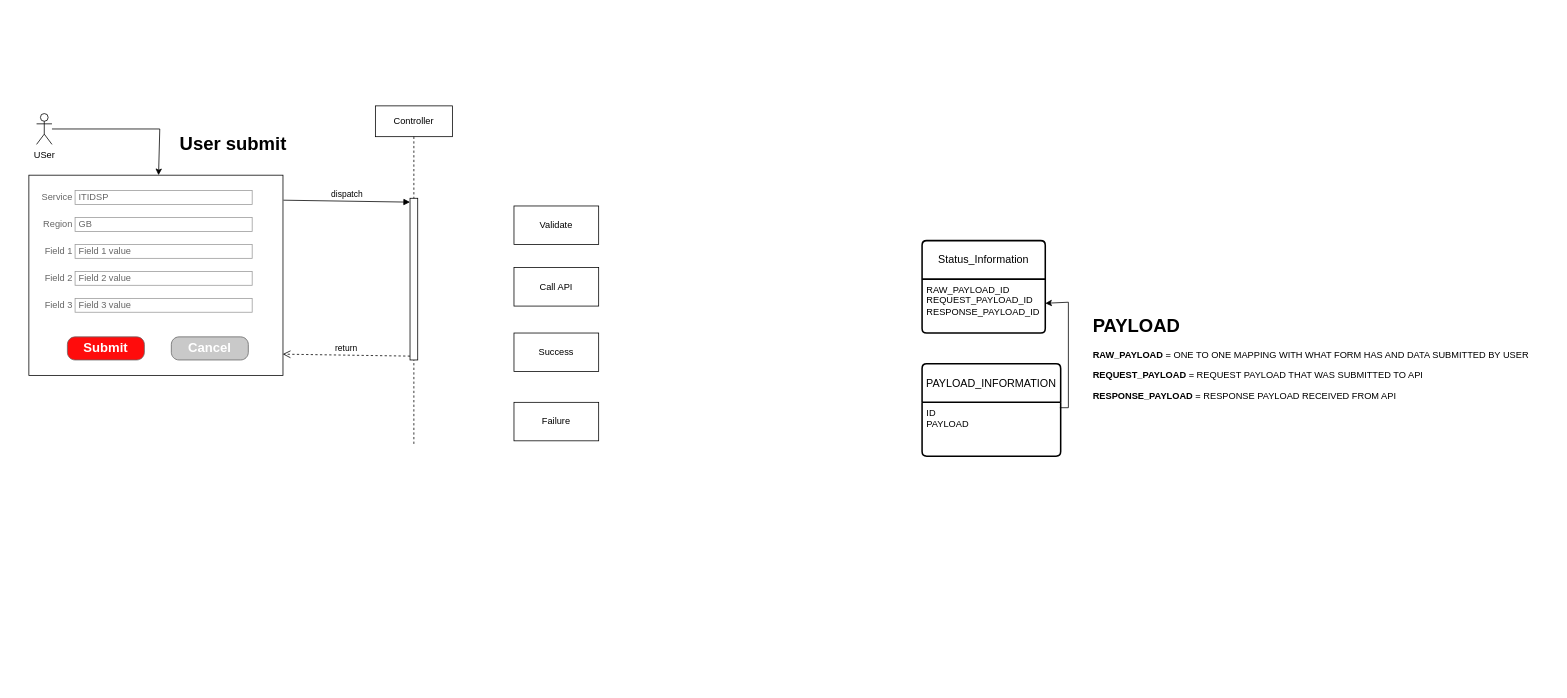
Earlier version of the draw.io diagram Untitled Diagram.drawio (pgirish007/java_code). Source tidied: cells renumbered, new cells numbered last; positions are measured from the earlier drawing's top-left corner, leaving out a move shared by most shapes. Both pictures are drawn from the tidied source at 77%, with x=0, y=0 at pixel (28, 105).
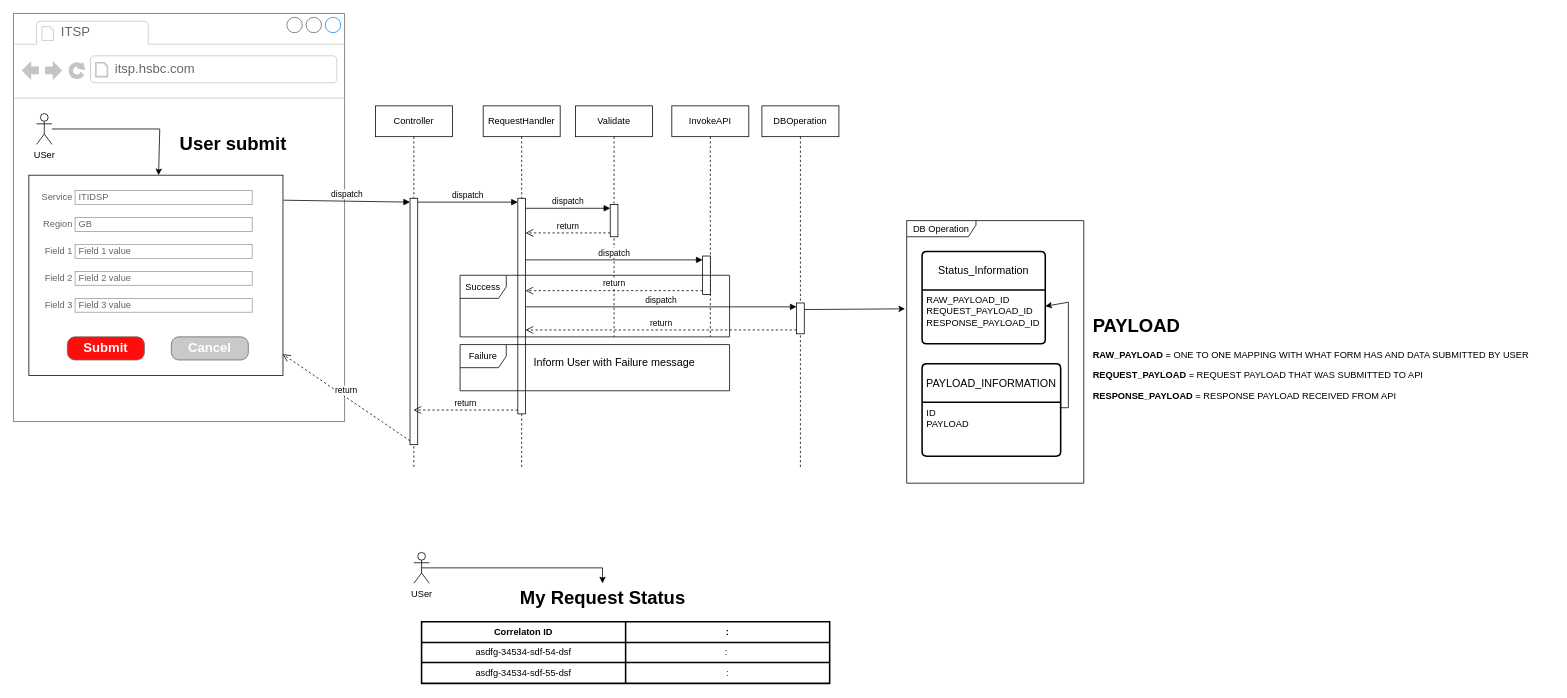
Above is the later version.

What changed in the source:
```diff
@@
+    <mxCell id="32" style="strokeWidth=1;shadow=0;dashed=0;align=center;html=1;shape=mxgraph.mockup.containers.browserWindow;rSize=0;strokeColor=#666666;strokeColor2=#008cff;strokeColor3=#c4c4c4;mainText=,;" parent="1" vertex="1">
+      <mxGeometry x="-20" y="-120" width="430" height="530" as="geometry" />
+    </mxCell>
+    <mxCell id="33" value="ITSP" style="strokeWidth=1;shadow=0;dashed=0;align=center;html=1;shape=mxgraph.mockup.containers.anchor;fontSize=17;fontColor=#666666;align=left;whiteSpace=wrap;" parent="32" vertex="1">
+      <mxGeometry x="60" y="12" width="100" height="26" as="geometry" />
+    </mxCell>
+    <mxCell id="34" value="itsp.hsbc.com" style="strokeWidth=1;shadow=0;dashed=0;align=center;html=1;shape=mxgraph.mockup.containers.anchor;rSize=0;fontSize=17;fontColor=#666666;align=left;" parent="32" vertex="1">
+      <mxGeometry x="130" y="60" width="250" height="26" as="geometry" />
+    </mxCell>
@@
     <mxCell id="17" value="Status_Information" style="swimlane;horizontal=1;startSize=50;rounded=1;fontSize=14;fontStyle=0;strokeWidth=2;shadow=0;dashed=0;align=center;arcSize=4;whiteSpace=wrap;html=1;" parent="1" vertex="1">
-      <mxGeometry x="1160" y="175" width="160" height="120" as="geometry" />
+      <mxGeometry x="1160" y="189" width="160" height="120" as="geometry" />
     </mxCell>
@@
     <mxCell id="24" value="Controller" style="shape=umlLifeline;perimeter=lifelinePerimeter;whiteSpace=wrap;html=1;outlineConnect=0;portConstraint=eastwest;newEdgeStyle={&quot;curved&quot;:0,&quot;rounded&quot;:0};" parent="1" vertex="1">
-      <mxGeometry x="450" width="100" height="440" as="geometry" />
+      <mxGeometry x="450" width="100" height="470" as="geometry" />
     </mxCell>
     <mxCell id="25" style="html=1;points=[[0,0,0,0,5],[0,1,0,0,-5],[1,0,0,0,5],[1,1,0,0,-5]];perimeter=orthogonalPerimeter;outlineConnect=0;targetShapes=umlLifeline;portConstraint=eastwest;newEdgeStyle={&quot;curved&quot;:0,&quot;rounded&quot;:0};" parent="24" vertex="1">
-      <mxGeometry x="45" y="120" width="10" height="210" as="geometry" />
+      <mxGeometry x="45" y="120" width="10" height="320" as="geometry" />
     </mxCell>
@@
-    <mxCell id="28" value="Call API" style="html=1;whiteSpace=wrap;" parent="1" vertex="1">
-      <mxGeometry x="630" y="210" width="110" height="50" as="geometry" />
-    </mxCell>
-    <mxCell id="29" value="Validate" style="html=1;whiteSpace=wrap;" parent="1" vertex="1">
-      <mxGeometry x="630" y="130" width="110" height="50" as="geometry" />
+    <mxCell id="29" value="Validate" style="shape=umlLifeline;perimeter=lifelinePerimeter;whiteSpace=wrap;html=1;newEdgeStyle={&quot;curved&quot;:0,&quot;rounded&quot;:0};" parent="1" vertex="1">
+      <mxGeometry x="710" width="100" height="300" as="geometry" />
     </mxCell>
+    <mxCell id="35" style="html=1;points=[[0,0,0,0,5],[0,1,0,0,-5],[1,0,0,0,5],[1,1,0,0,-5]];perimeter=orthogonalPerimeter;outlineConnect=0;targetShapes=umlLifeline;portConstraint=eastwest;newEdgeStyle={&quot;curved&quot;:0,&quot;rounded&quot;:0};" parent="29" vertex="1">
+      <mxGeometry x="45" y="128" width="10" height="42" as="geometry" />
+    </mxCell>
+    <mxCell id="36" value="InvokeAPI" style="shape=umlLifeline;whiteSpace=wrap;html=1;newEdgeStyle={&quot;curved&quot;:0,&quot;rounded&quot;:0};perimeter=rectanglePerimeter;targetShapes=umlLifeline;participant=label;" parent="1" vertex="1">
+      <mxGeometry x="835" width="100" height="300" as="geometry" />
+    </mxCell>
+    <mxCell id="37" style="html=1;points=[[0,0,0,0,5],[0,1,0,0,-5],[1,0,0,0,5],[1,1,0,0,-5]];perimeter=orthogonalPerimeter;outlineConnect=0;targetShapes=umlLifeline;portConstraint=eastwest;newEdgeStyle={&quot;curved&quot;:0,&quot;rounded&quot;:0};" parent="36" vertex="1">
+      <mxGeometry x="40" y="195" width="10" height="50" as="geometry" />
+    </mxCell>
+    <mxCell id="38" value="DBOperation" style="shape=umlLifeline;perimeter=lifelinePerimeter;whiteSpace=wrap;html=1;newEdgeStyle={&quot;curved&quot;:0,&quot;rounded&quot;:0};" parent="1" vertex="1">
+      <mxGeometry x="952" width="100" height="470" as="geometry" />
+    </mxCell>
+    <mxCell id="39" style="html=1;points=[[0,0,0,0,5],[0,1,0,0,-5],[1,0,0,0,5],[1,1,0,0,-5]];perimeter=orthogonalPerimeter;outlineConnect=0;targetShapes=umlLifeline;portConstraint=eastwest;newEdgeStyle={&quot;curved&quot;:0,&quot;rounded&quot;:0};" parent="38" vertex="1">
+      <mxGeometry x="45" y="256" width="10" height="40" as="geometry" />
+    </mxCell>
+    <mxCell id="40" value="dispatch" style="html=1;verticalAlign=bottom;endArrow=block;curved=0;rounded=0;entryX=0;entryY=0;entryDx=0;entryDy=5;" parent="1" edge="1" source="45" target="35">
+      <mxGeometry relative="1" as="geometry" />
+    </mxCell>
+    <mxCell id="41" value="return" style="html=1;verticalAlign=bottom;endArrow=open;dashed=1;endSize=8;curved=0;rounded=0;exitX=0;exitY=1;exitDx=0;exitDy=-5;" parent="1" edge="1" source="35" target="45">
+      <mxGeometry relative="1" as="geometry" />
+    </mxCell>
+    <mxCell id="42" value="dispatch" style="html=1;verticalAlign=bottom;endArrow=block;curved=0;rounded=0;entryX=0;entryY=0;entryDx=0;entryDy=5;" parent="1" edge="1" source="45" target="37">
+      <mxGeometry relative="1" as="geometry" />
+    </mxCell>
+    <mxCell id="43" value="return" style="html=1;verticalAlign=bottom;endArrow=open;dashed=1;endSize=8;curved=0;rounded=0;exitX=0;exitY=1;exitDx=0;exitDy=-5;" parent="1" edge="1" source="37" target="45">
+      <mxGeometry relative="1" as="geometry" />
+    </mxCell>
+    <mxCell id="44" value="RequestHandler" style="shape=umlLifeline;perimeter=lifelinePerimeter;whiteSpace=wrap;html=1;newEdgeStyle={&quot;curved&quot;:0,&quot;rounded&quot;:0};" parent="1" vertex="1">
+      <mxGeometry x="590" width="100" height="470" as="geometry" />
+    </mxCell>
+    <mxCell id="45" style="html=1;points=[[0,0,0,0,5],[0,1,0,0,-5],[1,0,0,0,5],[1,1,0,0,-5]];perimeter=orthogonalPerimeter;outlineConnect=0;targetShapes=umlLifeline;portConstraint=eastwest;newEdgeStyle={&quot;curved&quot;:0,&quot;rounded&quot;:0};" parent="44" vertex="1">
+      <mxGeometry x="45" y="120" width="10" height="280" as="geometry" />
+    </mxCell>
+    <mxCell id="46" value="return" style="html=1;verticalAlign=bottom;endArrow=open;dashed=1;endSize=8;curved=0;rounded=0;exitX=0;exitY=1;exitDx=0;exitDy=-5;" parent="1" edge="1" source="45" target="24">
+      <mxGeometry relative="1" as="geometry" />
+    </mxCell>
+    <mxCell id="47" value="dispatch" style="html=1;verticalAlign=bottom;endArrow=block;curved=0;rounded=0;entryX=0;entryY=0;entryDx=0;entryDy=5;entryPerimeter=0;" parent="1" edge="1" source="25" target="45">
+      <mxGeometry relative="1" as="geometry" />
+    </mxCell>
-    <mxCell id="30" value="Success" style="html=1;whiteSpace=wrap;" parent="1" vertex="1">
-      <mxGeometry x="630" y="295" width="110" height="50" as="geometry" />
+    <mxCell id="30" value="Success" style="shape=umlFrame;whiteSpace=wrap;html=1;" parent="1" vertex="1">
+      <mxGeometry x="560" y="220" width="350" height="80" as="geometry" />
     </mxCell>
+    <mxCell id="48" value="dispatch" style="html=1;verticalAlign=bottom;endArrow=block;curved=0;rounded=0;entryX=0;entryY=0;entryDx=0;entryDy=5;" parent="1" edge="1" target="39">
+      <mxGeometry relative="1" as="geometry">
+        <mxPoint x="645" y="261" as="sourcePoint" />
+      </mxGeometry>
+    </mxCell>
+    <mxCell id="49" value="return" style="html=1;verticalAlign=bottom;endArrow=open;dashed=1;endSize=8;curved=0;rounded=0;exitX=0;exitY=1;exitDx=0;exitDy=-5;exitPerimeter=0;" parent="1" edge="1" source="39">
+      <mxGeometry relative="1" as="geometry">
+        <mxPoint x="645" y="291" as="targetPoint" />
+      </mxGeometry>
+    </mxCell>
-    <mxCell id="31" value="Failure" style="html=1;whiteSpace=wrap;" parent="1" vertex="1">
-      <mxGeometry x="630" y="385" width="110" height="50" as="geometry" />
+    <mxCell id="31" value="Failure" style="shape=umlFrame;whiteSpace=wrap;html=1;" parent="1" vertex="1">
+      <mxGeometry x="560" y="310" width="350" height="60" as="geometry" />
     </mxCell>
+    <mxCell id="50" value="&lt;font style=&quot;font-size: 14px; font-weight: normal;&quot;&gt;Inform User with Failure message&lt;/font&gt;" style="text;strokeColor=none;fillColor=none;html=1;fontSize=24;fontStyle=1;verticalAlign=middle;align=center;" parent="1" vertex="1">
+      <mxGeometry x="710" y="310" width="100" height="40" as="geometry" />
+    </mxCell>
+    <mxCell id="51" style="endArrow=classic;html=1;rounded=0;entryX=-0.009;entryY=0.336;entryDx=0;entryDy=0;entryPerimeter=0;" parent="1" edge="1" target="52">
+      <mxGeometry relative="1" as="geometry">
+        <mxPoint x="1007" y="264.5" as="sourcePoint" />
+      </mxGeometry>
+    </mxCell>
+    <mxCell id="52" value="DB Operation" style="shape=umlFrame;whiteSpace=wrap;html=1;width=90;height=21;" parent="1" vertex="1">
+      <mxGeometry x="1140" y="149" width="230" height="341" as="geometry" />
+    </mxCell>
+    <mxCell id="53" style="shape=table;html=1;whiteSpace=wrap;startSize=0;childLayout=tableLayout;strokeWidth=2;" parent="1" vertex="1">
+      <mxGeometry x="510" y="670" width="530" height="80" as="geometry" />
+    </mxCell>
+    <mxCell id="54" style="shape=tableRow;horizontal=0;startSize=0;swimlaneHead=0;swimlaneBody=0;top=0;left=0;bottom=0;right=0;fillColor=none;" parent="53" vertex="1">
+      <mxGeometry width="530" height="27" as="geometry" />
+    </mxCell>
+    <mxCell id="55" value="Correlaton ID" style="shape=partialRectangle;html=1;whiteSpace=wrap;fillColor=none;top=0;left=0;bottom=0;right=0;overflow=hidden;fontStyle=1;" parent="54" vertex="1">
+      <mxGeometry width="265" height="27" as="geometry" />
+    </mxCell>
+    <mxCell id="56" value=":" style="shape=partialRectangle;html=1;whiteSpace=wrap;fillColor=none;top=0;left=0;bottom=0;right=0;overflow=hidden;fontStyle=1;" parent="54" vertex="1">
+      <mxGeometry x="265" width="265" height="27" as="geometry" />
+    </mxCell>
+    <mxCell id="57" style="shape=tableRow;horizontal=0;startSize=0;swimlaneHead=0;swimlaneBody=0;top=0;left=0;bottom=0;right=0;fillColor=none;" parent="53" vertex="1">
+      <mxGeometry y="27" width="530" height="26" as="geometry" />
+    </mxCell>
+    <mxCell id="58" value="asdfg-34534-sdf-54-dsf" style="shape=partialRectangle;html=1;whiteSpace=wrap;fillColor=none;top=0;left=0;bottom=0;right=0;overflow=hidden;" parent="57" vertex="1">
+      <mxGeometry width="265" height="26" as="geometry" />
+    </mxCell>
+    <mxCell id="59" value=":&amp;nbsp;" style="shape=partialRectangle;html=1;whiteSpace=wrap;fillColor=none;top=0;left=0;bottom=0;right=0;overflow=hidden;" parent="57" vertex="1">
+      <mxGeometry x="265" width="265" height="26" as="geometry" />
+    </mxCell>
+    <mxCell id="60" style="shape=tableRow;horizontal=0;startSize=0;swimlaneHead=0;swimlaneBody=0;top=0;left=0;bottom=0;right=0;fillColor=none;" parent="53" vertex="1">
+      <mxGeometry y="53" width="530" height="27" as="geometry" />
+    </mxCell>
+    <mxCell id="61" value="asdfg-34534-sdf-55-dsf" style="shape=partialRectangle;html=1;whiteSpace=wrap;fillColor=none;top=0;left=0;bottom=0;right=0;overflow=hidden;" parent="60" vertex="1">
+      <mxGeometry width="265" height="27" as="geometry" />
+    </mxCell>
+    <mxCell id="62" value=":" style="shape=partialRectangle;html=1;whiteSpace=wrap;fillColor=none;top=0;left=0;bottom=0;right=0;overflow=hidden;" parent="60" vertex="1">
+      <mxGeometry x="265" width="265" height="27" as="geometry" />
+    </mxCell>
+    <mxCell id="63" value="My Request Status" style="text;strokeColor=none;fillColor=none;html=1;fontSize=24;fontStyle=1;verticalAlign=middle;align=center;" parent="1" vertex="1">
+      <mxGeometry x="660" y="620" width="170" height="40" as="geometry" />
+    </mxCell>
+    <mxCell id="64" value="USer" style="shape=umlActor;verticalLabelPosition=bottom;verticalAlign=top;html=1;outlineConnect=0;" parent="1" vertex="1">
+      <mxGeometry x="500" y="580" width="20" height="40" as="geometry" />
+    </mxCell>
+    <mxCell id="65" style="endArrow=classic;html=1;rounded=0;exitX=0.5;exitY=0.5;exitDx=0;exitDy=0;exitPerimeter=0;" parent="1" edge="1" source="64" target="63">
+      <mxGeometry relative="1" as="geometry">
+        <Array as="points">
+          <mxPoint x="745" y="600" />
+        </Array>
+      </mxGeometry>
+    </mxCell>
```
